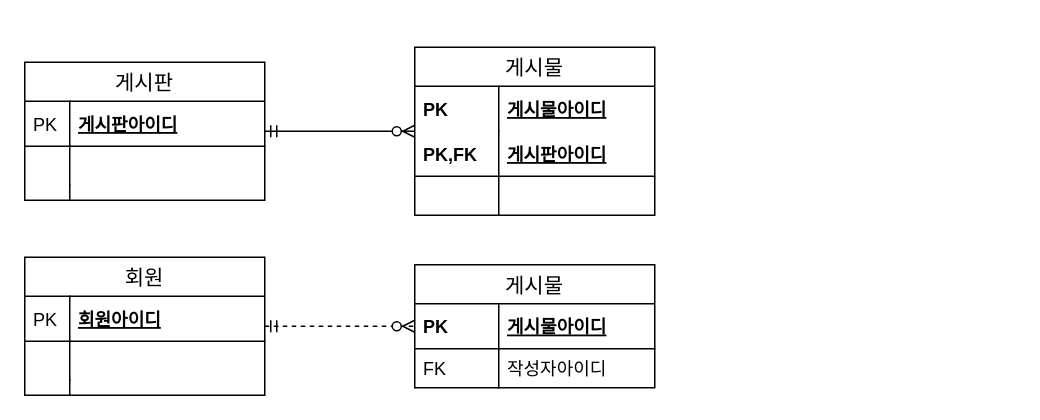
Before: data_modeling.drawio in getChan/getChan.github.io, a draw.io diagram. Source tidied: cells renumbered, new cells numbered last; positions are measured from the earlier drawing's top-left corner, leaving out a move shared by most shapes. Both pictures are drawn from the tidied source at 150%, with x=0, y=0 at pixel (24, 46).
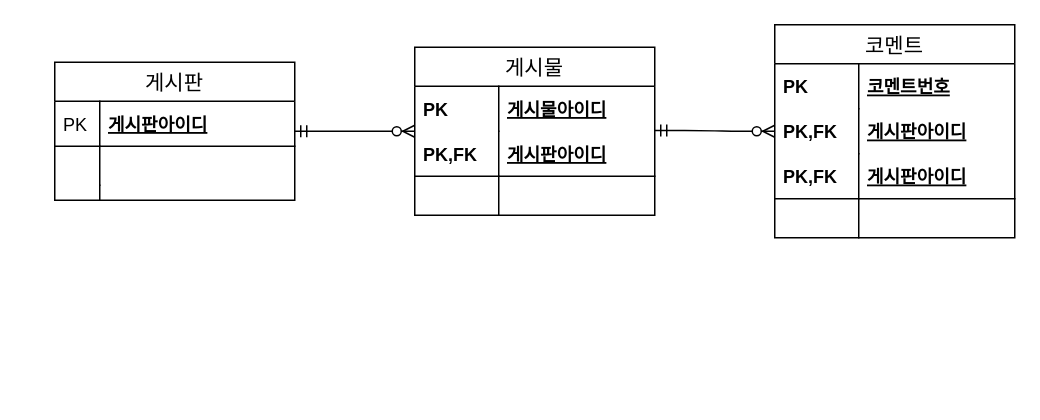
The same page after the edit.

Change to the diagram source:
```diff
@@
-    <mxCell id="2" value="게시판" style="swimlane;fontStyle=0;horizontal=1;startSize=26;align=center;fontSize=14;" parent="1" vertex="1">
-      <mxGeometry y="10" width="160" height="92" as="geometry" />
-    </mxCell>
-    <mxCell id="3" value="게시판아이디" style="shape=partialRectangle;top=0;left=0;right=0;bottom=1;align=left;verticalAlign=middle;fillColor=none;spacingLeft=34;spacingRight=4;overflow=hidden;fontStyle=5;fontSize=12;" parent="2" vertex="1">
-      <mxGeometry y="26" width="160" height="30" as="geometry" />
-    </mxCell>
-    <mxCell id="4" value="PK" style="shape=partialRectangle;top=0;left=0;bottom=0;fillColor=none;align=left;verticalAlign=middle;spacingLeft=4;spacingRight=4;overflow=hidden;fontSize=12;" parent="3" vertex="1">
-      <mxGeometry width="30" height="30" as="geometry" />
-    </mxCell>
-    <mxCell id="5" style="shape=partialRectangle;top=0;left=0;right=0;bottom=0;align=left;verticalAlign=top;fillColor=none;spacingLeft=34;spacingRight=4;overflow=hidden;fontSize=12;" parent="2" vertex="1">
-      <mxGeometry y="56" width="160" height="26" as="geometry" />
-    </mxCell>
-    <mxCell id="6" style="shape=partialRectangle;top=0;left=0;bottom=0;fillColor=none;align=left;verticalAlign=top;spacingLeft=4;spacingRight=4;overflow=hidden;fontSize=12;" parent="5" vertex="1">
-      <mxGeometry width="30" height="26" as="geometry" />
-    </mxCell>
-    <mxCell id="7" style="shape=partialRectangle;top=0;left=0;right=0;bottom=0;align=left;verticalAlign=top;fillColor=none;spacingLeft=34;spacingRight=4;overflow=hidden;fontSize=12;" parent="2" vertex="1">
-      <mxGeometry y="82" width="160" height="10" as="geometry" />
-    </mxCell>
-    <mxCell id="8" style="shape=partialRectangle;top=0;left=0;bottom=0;fillColor=none;align=left;verticalAlign=top;spacingLeft=4;spacingRight=4;overflow=hidden;fontSize=12;" parent="7" vertex="1">
-      <mxGeometry width="30" height="10" as="geometry" />
-    </mxCell>
@@
-    <mxCell id="17" style="edgeStyle=entityRelationEdgeStyle;fontSize=12;html=1;endArrow=ERzeroToMany;startArrow=ERmandOne;dashed=1;" parent="1" edge="1" source="18" target="25">
-      <mxGeometry relative="1" as="geometry" />
-    </mxCell>
-    <mxCell id="18" value="회원" style="swimlane;fontStyle=0;horizontal=1;startSize=26;align=center;fontSize=14;" parent="1" vertex="1">
-      <mxGeometry y="140" width="160" height="92" as="geometry" />
-    </mxCell>
-    <mxCell id="19" value="회원아이디" style="shape=partialRectangle;top=0;left=0;right=0;bottom=1;align=left;verticalAlign=middle;fillColor=none;spacingLeft=34;spacingRight=4;overflow=hidden;fontStyle=5;fontSize=12;" parent="18" vertex="1">
-      <mxGeometry y="26" width="160" height="30" as="geometry" />
-    </mxCell>
-    <mxCell id="20" value="PK" style="shape=partialRectangle;top=0;left=0;bottom=0;fillColor=none;align=left;verticalAlign=middle;spacingLeft=4;spacingRight=4;overflow=hidden;fontSize=12;" parent="19" vertex="1">
-      <mxGeometry width="30" height="30" as="geometry" />
-    </mxCell>
-    <mxCell id="21" style="shape=partialRectangle;top=0;left=0;right=0;bottom=0;align=left;verticalAlign=top;fillColor=none;spacingLeft=34;spacingRight=4;overflow=hidden;fontSize=12;" parent="18" vertex="1">
-      <mxGeometry y="56" width="160" height="26" as="geometry" />
-    </mxCell>
-    <mxCell id="22" style="shape=partialRectangle;top=0;left=0;bottom=0;fillColor=none;align=left;verticalAlign=top;spacingLeft=4;spacingRight=4;overflow=hidden;fontSize=12;" parent="21" vertex="1">
-      <mxGeometry width="30" height="26" as="geometry" />
-    </mxCell>
-    <mxCell id="23" style="shape=partialRectangle;top=0;left=0;right=0;bottom=0;align=left;verticalAlign=top;fillColor=none;spacingLeft=34;spacingRight=4;overflow=hidden;fontSize=12;" parent="18" vertex="1">
-      <mxGeometry y="82" width="160" height="10" as="geometry" />
-    </mxCell>
-    <mxCell id="24" style="shape=partialRectangle;top=0;left=0;bottom=0;fillColor=none;align=left;verticalAlign=top;spacingLeft=4;spacingRight=4;overflow=hidden;fontSize=12;" parent="23" vertex="1">
-      <mxGeometry width="30" height="10" as="geometry" />
-    </mxCell>
-    <mxCell id="25" value="게시물" style="swimlane;fontStyle=0;horizontal=1;startSize=26;align=center;fontSize=14;" parent="1" vertex="1">
-      <mxGeometry x="260" y="145" width="160" height="82" as="geometry" />
-    </mxCell>
-    <mxCell id="26" value="게시물아이디" style="shape=partialRectangle;top=0;left=0;right=0;bottom=1;align=left;verticalAlign=middle;fillColor=none;spacingLeft=60;spacingRight=4;overflow=hidden;fontStyle=5;fontSize=12;" parent="25" vertex="1">
-      <mxGeometry y="26" width="160" height="30" as="geometry" />
-    </mxCell>
+    <mxCell id="2" value="게시판" style="swimlane;fontStyle=0;horizontal=1;startSize=26;align=center;fontSize=14;" parent="1" vertex="1">
+      <mxGeometry x="20" y="10" width="160" height="92" as="geometry" />
+    </mxCell>
+    <mxCell id="3" value="게시판아이디" style="shape=partialRectangle;top=0;left=0;right=0;bottom=1;align=left;verticalAlign=middle;fillColor=none;spacingLeft=34;spacingRight=4;overflow=hidden;fontStyle=5;fontSize=12;" parent="2" vertex="1">
+      <mxGeometry y="26" width="160" height="30" as="geometry" />
+    </mxCell>
+    <mxCell id="4" value="PK" style="shape=partialRectangle;top=0;left=0;bottom=0;fillColor=none;align=left;verticalAlign=middle;spacingLeft=4;spacingRight=4;overflow=hidden;fontSize=12;" parent="3" vertex="1">
+      <mxGeometry width="30" height="30" as="geometry" />
+    </mxCell>
+    <mxCell id="5" style="shape=partialRectangle;top=0;left=0;right=0;bottom=0;align=left;verticalAlign=top;fillColor=none;spacingLeft=34;spacingRight=4;overflow=hidden;fontSize=12;" parent="2" vertex="1">
+      <mxGeometry y="56" width="160" height="26" as="geometry" />
+    </mxCell>
+    <mxCell id="6" style="shape=partialRectangle;top=0;left=0;bottom=0;fillColor=none;align=left;verticalAlign=top;spacingLeft=4;spacingRight=4;overflow=hidden;fontSize=12;" parent="5" vertex="1">
+      <mxGeometry width="30" height="26" as="geometry" />
+    </mxCell>
+    <mxCell id="7" style="shape=partialRectangle;top=0;left=0;right=0;bottom=0;align=left;verticalAlign=top;fillColor=none;spacingLeft=34;spacingRight=4;overflow=hidden;fontSize=12;" parent="2" vertex="1">
+      <mxGeometry y="82" width="160" height="10" as="geometry" />
+    </mxCell>
+    <mxCell id="8" style="shape=partialRectangle;top=0;left=0;bottom=0;fillColor=none;align=left;verticalAlign=top;spacingLeft=4;spacingRight=4;overflow=hidden;fontSize=12;" parent="7" vertex="1">
+      <mxGeometry width="30" height="10" as="geometry" />
+    </mxCell>
+    <mxCell id="30" style="edgeStyle=entityRelationEdgeStyle;fontSize=12;html=1;endArrow=ERzeroToMany;startArrow=ERmandOne;entryX=0;entryY=0.5;entryDx=0;entryDy=0;" parent="1" edge="1" target="33">
+      <mxGeometry relative="1" as="geometry">
+        <mxPoint x="420" y="55.5" as="sourcePoint" />
+      </mxGeometry>
+    </mxCell>
+    <mxCell id="31" value="코멘트" style="swimlane;fontStyle=0;horizontal=1;startSize=26;align=center;fontSize=14;" parent="1" vertex="1">
+      <mxGeometry x="500" y="-15" width="160" height="142" as="geometry" />
+    </mxCell>
+    <mxCell id="32" value="코멘트번호" style="shape=partialRectangle;top=0;left=0;right=0;bottom=0;align=left;verticalAlign=middle;fillColor=none;spacingLeft=60;spacingRight=4;overflow=hidden;fontStyle=5;fontSize=12;" parent="31" vertex="1">
+      <mxGeometry y="26" width="160" height="30" as="geometry" />
+    </mxCell>
-    <mxCell id="27" value="PK" style="shape=partialRectangle;fontStyle=1;top=0;left=0;bottom=0;fillColor=none;align=left;verticalAlign=middle;spacingLeft=4;spacingRight=4;overflow=hidden;fontSize=12;" parent="26" vertex="1">
+    <mxCell id="27" value="PK" style="shape=partialRectangle;fontStyle=1;top=0;left=0;bottom=0;fillColor=none;align=left;verticalAlign=middle;spacingLeft=4;spacingRight=4;overflow=hidden;fontSize=12;" parent="32" vertex="1">
       <mxGeometry width="56" height="30" as="geometry" />
     </mxCell>
-    <mxCell id="28" value="작성자아이디" style="shape=partialRectangle;top=0;left=0;right=0;bottom=0;align=left;verticalAlign=top;fillColor=none;spacingLeft=60;spacingRight=4;overflow=hidden;fontSize=12;" parent="25" vertex="1">
-      <mxGeometry y="56" width="160" height="26" as="geometry" />
-    </mxCell>
-    <mxCell id="29" value="FK" style="shape=partialRectangle;top=0;left=0;bottom=0;fillColor=none;align=left;verticalAlign=top;spacingLeft=4;spacingRight=4;overflow=hidden;fontSize=12;" parent="28" vertex="1">
-      <mxGeometry width="56" height="26" as="geometry" />
-    </mxCell>
+    <mxCell id="33" value="게시판아이디" style="shape=partialRectangle;top=0;left=0;right=0;bottom=1;align=left;verticalAlign=middle;fillColor=none;spacingLeft=60;spacingRight=4;overflow=hidden;points=[[0,0.5],[1,0.5]];portConstraint=eastwest;fontStyle=5;fontSize=12;strokeColor=none;" parent="31" vertex="1">
+      <mxGeometry y="56" width="160" height="30" as="geometry" />
+    </mxCell>
+    <mxCell id="34" value="PK,FK" style="shape=partialRectangle;fontStyle=1;top=0;left=0;bottom=0;fillColor=none;align=left;verticalAlign=middle;spacingLeft=4;spacingRight=4;overflow=hidden;fontSize=12;" parent="33" vertex="1">
+      <mxGeometry width="56" height="30" as="geometry" />
+    </mxCell>
+    <mxCell id="35" value="게시판아이디" style="shape=partialRectangle;top=0;left=0;right=0;bottom=1;align=left;verticalAlign=middle;fillColor=none;spacingLeft=60;spacingRight=4;overflow=hidden;fontStyle=5;fontSize=12;" parent="31" vertex="1">
+      <mxGeometry y="86" width="160" height="30" as="geometry" />
+    </mxCell>
+    <mxCell id="36" value="PK,FK" style="shape=partialRectangle;fontStyle=1;top=0;left=0;bottom=0;fillColor=none;align=left;verticalAlign=middle;spacingLeft=4;spacingRight=4;overflow=hidden;fontSize=12;" parent="35" vertex="1">
+      <mxGeometry width="56" height="30" as="geometry" />
+    </mxCell>
+    <mxCell id="37" style="shape=partialRectangle;top=0;left=0;right=0;bottom=0;align=left;verticalAlign=top;fillColor=none;spacingLeft=60;spacingRight=4;overflow=hidden;fontSize=12;" parent="31" vertex="1">
+      <mxGeometry y="116" width="160" height="26" as="geometry" />
+    </mxCell>
+    <mxCell id="38" style="shape=partialRectangle;top=0;left=0;bottom=0;fillColor=none;align=left;verticalAlign=top;spacingLeft=4;spacingRight=4;overflow=hidden;fontSize=12;" parent="37" vertex="1">
+      <mxGeometry width="56" height="26" as="geometry" />
+    </mxCell>
```
